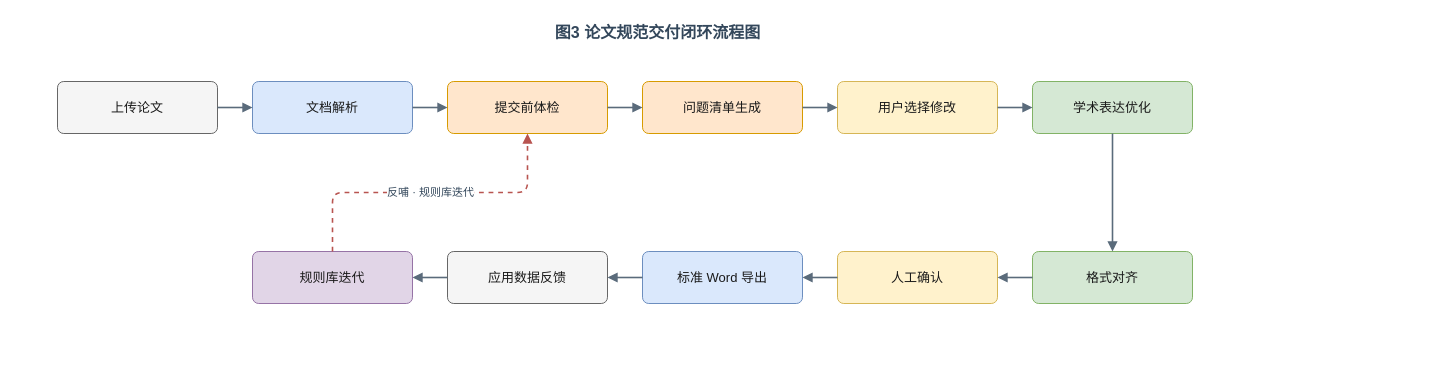
LetItGoBoy/thesis-formatter keeps this draw.io diagram as docs/drawio/图3-论文规范交付闭环流程图.drawio. Above is the earlier version. Source tidied: cells renumbered, new cells numbered last; positions are measured from the earlier drawing's top-left corner, leaving out a move shared by most shapes. Both pictures are drawn from the tidied source at 100%, with x=0, y=0 at pixel (17, 17).
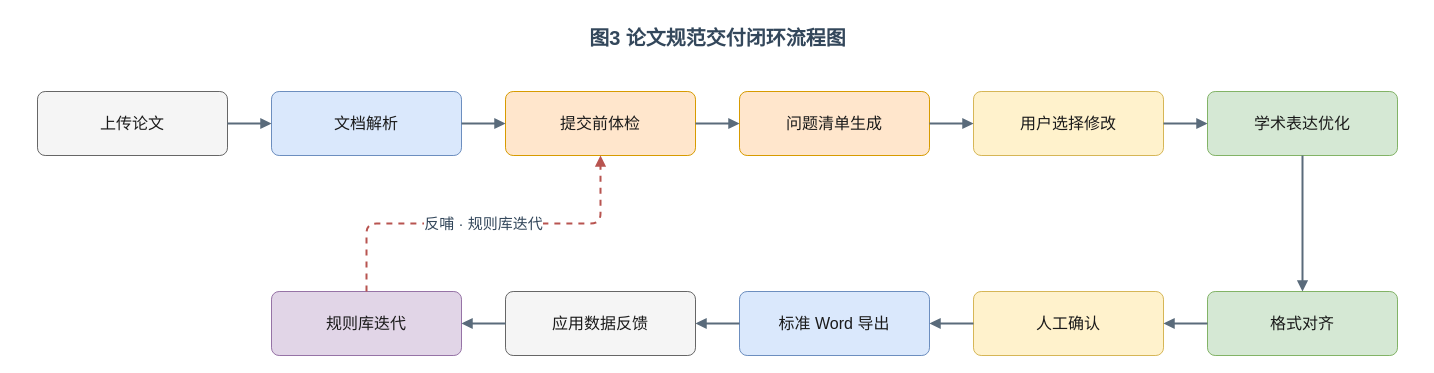
Above is the later version.

Diff of the diagram source:
```diff
@@
-    <mxCell id="2" value="图3  论文规范交付闭环流程图" style="text;html=1;align=center;verticalAlign=middle;fontSize=16;fontStyle=1;fontColor=#33475B;" parent="1" vertex="1">
-      <mxGeometry width="1280" height="30" as="geometry" />
+    <mxCell id="2" value="图3  论文规范交付闭环流程图" style="text;html=1;align=center;verticalAlign=middle;fontSize=20;fontStyle=1;fontColor=#33475B;" parent="1" vertex="1">
+      <mxGeometry y="2" width="1400" height="36" as="geometry" />
     </mxCell>
-    <mxCell id="3" value="上传论文" style="rounded=1;arcSize=12;whiteSpace=wrap;html=1;fillColor=#F5F5F5;strokeColor=#666666;fontColor=#1A1A1A;fontSize=13;shadow=0;" parent="1" vertex="1">
-      <mxGeometry x="40" y="64" width="160" height="52" as="geometry" />
+    <mxCell id="3" value="上传论文" style="rounded=1;arcSize=12;whiteSpace=wrap;html=1;fillColor=#F5F5F5;strokeColor=#666666;fontColor=#1A1A1A;fontSize=16;shadow=0;" parent="1" vertex="1">
+      <mxGeometry x="20" y="74" width="190" height="64" as="geometry" />
     </mxCell>
-    <mxCell id="4" value="文档解析" style="rounded=1;arcSize=12;whiteSpace=wrap;html=1;fillColor=#DAE8FC;strokeColor=#6C8EBF;fontColor=#1A1A1A;fontSize=13;shadow=0;" parent="1" vertex="1">
-      <mxGeometry x="235" y="64" width="160" height="52" as="geometry" />
+    <mxCell id="4" value="文档解析" style="rounded=1;arcSize=12;whiteSpace=wrap;html=1;fillColor=#DAE8FC;strokeColor=#6C8EBF;fontColor=#1A1A1A;fontSize=16;shadow=0;" parent="1" vertex="1">
+      <mxGeometry x="254" y="74" width="190" height="64" as="geometry" />
     </mxCell>
-    <mxCell id="5" value="提交前体检" style="rounded=1;arcSize=12;whiteSpace=wrap;html=1;fillColor=#FFE6CC;strokeColor=#D79B00;fontColor=#1A1A1A;fontSize=13;shadow=0;" parent="1" vertex="1">
-      <mxGeometry x="430" y="64" width="160" height="52" as="geometry" />
+    <mxCell id="5" value="提交前体检" style="rounded=1;arcSize=12;whiteSpace=wrap;html=1;fillColor=#FFE6CC;strokeColor=#D79B00;fontColor=#1A1A1A;fontSize=16;shadow=0;" parent="1" vertex="1">
+      <mxGeometry x="488" y="74" width="190" height="64" as="geometry" />
     </mxCell>
-    <mxCell id="6" value="问题清单生成" style="rounded=1;arcSize=12;whiteSpace=wrap;html=1;fillColor=#FFE6CC;strokeColor=#D79B00;fontColor=#1A1A1A;fontSize=13;shadow=0;" parent="1" vertex="1">
-      <mxGeometry x="625" y="64" width="160" height="52" as="geometry" />
+    <mxCell id="6" value="问题清单生成" style="rounded=1;arcSize=12;whiteSpace=wrap;html=1;fillColor=#FFE6CC;strokeColor=#D79B00;fontColor=#1A1A1A;fontSize=16;shadow=0;" parent="1" vertex="1">
+      <mxGeometry x="722" y="74" width="190" height="64" as="geometry" />
     </mxCell>
-    <mxCell id="7" value="用户选择修改" style="rounded=1;arcSize=12;whiteSpace=wrap;html=1;fillColor=#FFF2CC;strokeColor=#D6B656;fontColor=#1A1A1A;fontSize=13;shadow=0;" parent="1" vertex="1">
-      <mxGeometry x="820" y="64" width="160" height="52" as="geometry" />
+    <mxCell id="7" value="用户选择修改" style="rounded=1;arcSize=12;whiteSpace=wrap;html=1;fillColor=#FFF2CC;strokeColor=#D6B656;fontColor=#1A1A1A;fontSize=16;shadow=0;" parent="1" vertex="1">
+      <mxGeometry x="956" y="74" width="190" height="64" as="geometry" />
     </mxCell>
-    <mxCell id="8" value="学术表达优化" style="rounded=1;arcSize=12;whiteSpace=wrap;html=1;fillColor=#D5E8D4;strokeColor=#82B366;fontColor=#1A1A1A;fontSize=13;shadow=0;" parent="1" vertex="1">
-      <mxGeometry x="1015" y="64" width="160" height="52" as="geometry" />
+    <mxCell id="8" value="学术表达优化" style="rounded=1;arcSize=12;whiteSpace=wrap;html=1;fillColor=#D5E8D4;strokeColor=#82B366;fontColor=#1A1A1A;fontSize=16;shadow=0;" parent="1" vertex="1">
+      <mxGeometry x="1190" y="74" width="190" height="64" as="geometry" />
     </mxCell>
-    <mxCell id="9" value="格式对齐" style="rounded=1;arcSize=12;whiteSpace=wrap;html=1;fillColor=#D5E8D4;strokeColor=#82B366;fontColor=#1A1A1A;fontSize=13;shadow=0;" parent="1" vertex="1">
-      <mxGeometry x="1015" y="234" width="160" height="52" as="geometry" />
+    <mxCell id="9" value="格式对齐" style="rounded=1;arcSize=12;whiteSpace=wrap;html=1;fillColor=#D5E8D4;strokeColor=#82B366;fontColor=#1A1A1A;fontSize=16;shadow=0;" parent="1" vertex="1">
+      <mxGeometry x="1190" y="274" width="190" height="64" as="geometry" />
     </mxCell>
-    <mxCell id="10" value="人工确认" style="rounded=1;arcSize=12;whiteSpace=wrap;html=1;fillColor=#FFF2CC;strokeColor=#D6B656;fontColor=#1A1A1A;fontSize=13;shadow=0;" parent="1" vertex="1">
-      <mxGeometry x="820" y="234" width="160" height="52" as="geometry" />
+    <mxCell id="10" value="人工确认" style="rounded=1;arcSize=12;whiteSpace=wrap;html=1;fillColor=#FFF2CC;strokeColor=#D6B656;fontColor=#1A1A1A;fontSize=16;shadow=0;" parent="1" vertex="1">
+      <mxGeometry x="956" y="274" width="190" height="64" as="geometry" />
     </mxCell>
-    <mxCell id="11" value="标准 Word 导出" style="rounded=1;arcSize=12;whiteSpace=wrap;html=1;fillColor=#DAE8FC;strokeColor=#6C8EBF;fontColor=#1A1A1A;fontSize=13;shadow=0;" parent="1" vertex="1">
-      <mxGeometry x="625" y="234" width="160" height="52" as="geometry" />
+    <mxCell id="11" value="标准 Word 导出" style="rounded=1;arcSize=12;whiteSpace=wrap;html=1;fillColor=#DAE8FC;strokeColor=#6C8EBF;fontColor=#1A1A1A;fontSize=16;shadow=0;" parent="1" vertex="1">
+      <mxGeometry x="722" y="274" width="190" height="64" as="geometry" />
     </mxCell>
-    <mxCell id="12" value="应用数据反馈" style="rounded=1;arcSize=12;whiteSpace=wrap;html=1;fillColor=#F5F5F5;strokeColor=#666666;fontColor=#1A1A1A;fontSize=13;shadow=0;" parent="1" vertex="1">
-      <mxGeometry x="430" y="234" width="160" height="52" as="geometry" />
+    <mxCell id="12" value="应用数据反馈" style="rounded=1;arcSize=12;whiteSpace=wrap;html=1;fillColor=#F5F5F5;strokeColor=#666666;fontColor=#1A1A1A;fontSize=16;shadow=0;" parent="1" vertex="1">
+      <mxGeometry x="488" y="274" width="190" height="64" as="geometry" />
     </mxCell>
-    <mxCell id="13" value="规则库迭代" style="rounded=1;arcSize=12;whiteSpace=wrap;html=1;fillColor=#E1D5E7;strokeColor=#9673A6;fontColor=#1A1A1A;fontSize=13;shadow=0;" parent="1" vertex="1">
-      <mxGeometry x="235" y="234" width="160" height="52" as="geometry" />
+    <mxCell id="13" value="规则库迭代" style="rounded=1;arcSize=12;whiteSpace=wrap;html=1;fillColor=#E1D5E7;strokeColor=#9673A6;fontColor=#1A1A1A;fontSize=16;shadow=0;" parent="1" vertex="1">
+      <mxGeometry x="254" y="274" width="190" height="64" as="geometry" />
     </mxCell>
-    <mxCell id="14" style="edgeStyle=orthogonalEdgeStyle;rounded=1;html=1;strokeColor=#5A6B7B;strokeWidth=1.6;endArrow=block;endFill=1;fontSize=11;fontColor=#33475B;" parent="1" edge="1" source="3" target="4">
+    <mxCell id="14" style="edgeStyle=orthogonalEdgeStyle;rounded=1;html=1;strokeColor=#5A6B7B;strokeWidth=2;endArrow=block;endFill=1;fontSize=15;fontColor=#33475B;" parent="1" edge="1" source="3" target="4">
       <mxGeometry relative="1" as="geometry" />
     </mxCell>
-    <mxCell id="15" style="edgeStyle=orthogonalEdgeStyle;rounded=1;html=1;strokeColor=#5A6B7B;strokeWidth=1.6;endArrow=block;endFill=1;fontSize=11;fontColor=#33475B;" parent="1" edge="1" source="4" target="5">
+    <mxCell id="15" style="edgeStyle=orthogonalEdgeStyle;rounded=1;html=1;strokeColor=#5A6B7B;strokeWidth=2;endArrow=block;endFill=1;fontSize=15;fontColor=#33475B;" parent="1" edge="1" source="4" target="5">
       <mxGeometry relative="1" as="geometry" />
     </mxCell>
-    <mxCell id="16" style="edgeStyle=orthogonalEdgeStyle;rounded=1;html=1;strokeColor=#5A6B7B;strokeWidth=1.6;endArrow=block;endFill=1;fontSize=11;fontColor=#33475B;" parent="1" edge="1" source="5" target="6">
+    <mxCell id="16" style="edgeStyle=orthogonalEdgeStyle;rounded=1;html=1;strokeColor=#5A6B7B;strokeWidth=2;endArrow=block;endFill=1;fontSize=15;fontColor=#33475B;" parent="1" edge="1" source="5" target="6">
       <mxGeometry relative="1" as="geometry" />
     </mxCell>
-    <mxCell id="17" style="edgeStyle=orthogonalEdgeStyle;rounded=1;html=1;strokeColor=#5A6B7B;strokeWidth=1.6;endArrow=block;endFill=1;fontSize=11;fontColor=#33475B;" parent="1" edge="1" source="6" target="7">
+    <mxCell id="17" style="edgeStyle=orthogonalEdgeStyle;rounded=1;html=1;strokeColor=#5A6B7B;strokeWidth=2;endArrow=block;endFill=1;fontSize=15;fontColor=#33475B;" parent="1" edge="1" source="6" target="7">
       <mxGeometry relative="1" as="geometry" />
     </mxCell>
-    <mxCell id="18" style="edgeStyle=orthogonalEdgeStyle;rounded=1;html=1;strokeColor=#5A6B7B;strokeWidth=1.6;endArrow=block;endFill=1;fontSize=11;fontColor=#33475B;" parent="1" edge="1" source="7" target="8">
+    <mxCell id="18" style="edgeStyle=orthogonalEdgeStyle;rounded=1;html=1;strokeColor=#5A6B7B;strokeWidth=2;endArrow=block;endFill=1;fontSize=15;fontColor=#33475B;" parent="1" edge="1" source="7" target="8">
       <mxGeometry relative="1" as="geometry" />
     </mxCell>
-    <mxCell id="19" style="edgeStyle=orthogonalEdgeStyle;rounded=1;html=1;strokeColor=#5A6B7B;strokeWidth=1.6;endArrow=block;endFill=1;fontSize=11;fontColor=#33475B;" parent="1" edge="1" source="8" target="9">
+    <mxCell id="19" style="edgeStyle=orthogonalEdgeStyle;rounded=1;html=1;strokeColor=#5A6B7B;strokeWidth=2;endArrow=block;endFill=1;fontSize=15;fontColor=#33475B;" parent="1" edge="1" source="8" target="9">
       <mxGeometry relative="1" as="geometry" />
     </mxCell>
-    <mxCell id="20" style="edgeStyle=orthogonalEdgeStyle;rounded=1;html=1;strokeColor=#5A6B7B;strokeWidth=1.6;endArrow=block;endFill=1;fontSize=11;fontColor=#33475B;" parent="1" edge="1" source="9" target="10">
+    <mxCell id="20" style="edgeStyle=orthogonalEdgeStyle;rounded=1;html=1;strokeColor=#5A6B7B;strokeWidth=2;endArrow=block;endFill=1;fontSize=15;fontColor=#33475B;" parent="1" edge="1" source="9" target="10">
       <mxGeometry relative="1" as="geometry" />
     </mxCell>
-    <mxCell id="21" style="edgeStyle=orthogonalEdgeStyle;rounded=1;html=1;strokeColor=#5A6B7B;strokeWidth=1.6;endArrow=block;endFill=1;fontSize=11;fontColor=#33475B;" parent="1" edge="1" source="10" target="11">
+    <mxCell id="21" style="edgeStyle=orthogonalEdgeStyle;rounded=1;html=1;strokeColor=#5A6B7B;strokeWidth=2;endArrow=block;endFill=1;fontSize=15;fontColor=#33475B;" parent="1" edge="1" source="10" target="11">
       <mxGeometry relative="1" as="geometry" />
     </mxCell>
-    <mxCell id="22" style="edgeStyle=orthogonalEdgeStyle;rounded=1;html=1;strokeColor=#5A6B7B;strokeWidth=1.6;endArrow=block;endFill=1;fontSize=11;fontColor=#33475B;" parent="1" edge="1" source="11" target="12">
+    <mxCell id="22" style="edgeStyle=orthogonalEdgeStyle;rounded=1;html=1;strokeColor=#5A6B7B;strokeWidth=2;endArrow=block;endFill=1;fontSize=15;fontColor=#33475B;" parent="1" edge="1" source="11" target="12">
       <mxGeometry relative="1" as="geometry" />
     </mxCell>
-    <mxCell id="23" style="edgeStyle=orthogonalEdgeStyle;rounded=1;html=1;strokeColor=#5A6B7B;strokeWidth=1.6;endArrow=block;endFill=1;fontSize=11;fontColor=#33475B;" parent="1" edge="1" source="12" target="13">
+    <mxCell id="23" style="edgeStyle=orthogonalEdgeStyle;rounded=1;html=1;strokeColor=#5A6B7B;strokeWidth=2;endArrow=block;endFill=1;fontSize=15;fontColor=#33475B;" parent="1" edge="1" source="12" target="13">
       <mxGeometry relative="1" as="geometry" />
     </mxCell>
-    <mxCell id="24" value="反哺 · 规则库迭代" style="edgeStyle=orthogonalEdgeStyle;rounded=1;html=1;strokeColor=#B85450;strokeWidth=1.6;endArrow=block;endFill=1;fontSize=11;fontColor=#33475B;dashed=1;exitX=0.5;exitY=0;exitDx=0;exitDy=0;entryX=0.5;entryY=1;entryDx=0;entryDy=0;" parent="1" edge="1" source="13" target="5">
+    <mxCell id="24" value="反哺 · 规则库迭代" style="edgeStyle=orthogonalEdgeStyle;rounded=1;html=1;strokeColor=#B85450;strokeWidth=2;endArrow=block;endFill=1;fontSize=15;fontColor=#33475B;dashed=1;exitX=0.5;exitY=0;exitDx=0;exitDy=0;entryX=0.5;entryY=1;entryDx=0;entryDy=0;" parent="1" edge="1" source="13" target="5">
       <mxGeometry relative="1" as="geometry" />
     </mxCell>
```
